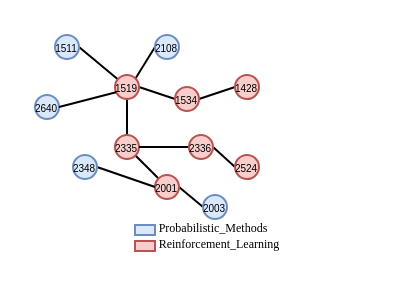
Earlier version of the draw.io diagram 案例分析.drawio (zbyuser/-). Source tidied: cells renumbered, new cells numbered last; positions are measured from the earlier drawing's top-left corner, leaving out a move shared by most shapes. Both pictures are drawn from the tidied source at 200%, with x=0, y=0 at pixel (34, 34).
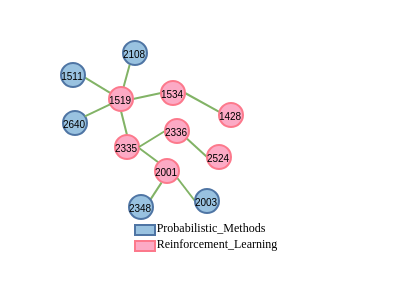
The same page after the edit.

Commit message:
更新案例分析.drawio

Diff of the diagram source:
```diff
@@
-    <mxCell id="2" style="edgeStyle=none;rounded=0;jettySize=auto;html=1;exitX=1;exitY=0.5;exitDx=0;exitDy=0;endArrow=none;startFill=0;" parent="1" edge="1" source="3" target="11">
+    <mxCell id="2" style="edgeStyle=none;rounded=0;jettySize=auto;html=1;exitX=1;exitY=0.611;exitDx=0;exitDy=0;endArrow=none;startFill=0;strokeColor=#82B366;exitPerimeter=0;" parent="1" edge="1" source="3" target="11">
       <mxGeometry relative="1" as="geometry" />
     </mxCell>
-    <mxCell id="3" value="1511" style="ellipse;whiteSpace=wrap;html=1;fillColor=#dae8fc;strokeColor=#6c8ebf;fontSize=5;" parent="1" vertex="1">
-      <mxGeometry x="10" width="12" height="12" as="geometry" />
+    <mxCell id="3" value="1511" style="ellipse;whiteSpace=wrap;html=1;fillColor=#99C2E0;strokeColor=#4F75A4;fontSize=5;" parent="1" vertex="1">
+      <mxGeometry x="13" y="14" width="12" height="12" as="geometry" />
     </mxCell>
-    <mxCell id="4" value="2640" style="ellipse;whiteSpace=wrap;html=1;fillColor=#dae8fc;strokeColor=#6c8ebf;fontSize=5;" parent="1" vertex="1">
-      <mxGeometry y="30" width="12" height="12" as="geometry" />
+    <mxCell id="4" value="2640" style="ellipse;whiteSpace=wrap;html=1;fillColor=#99C2E0;strokeColor=#4F75A4;fontSize=5;" parent="1" vertex="1">
+      <mxGeometry x="14" y="38" width="12" height="12" as="geometry" />
     </mxCell>
-    <mxCell id="5" style="edgeStyle=none;rounded=0;jettySize=auto;html=1;exitX=0;exitY=0.5;exitDx=0;exitDy=0;entryX=1;entryY=0;entryDx=0;entryDy=0;endArrow=none;startFill=0;" parent="1" edge="1" source="6" target="11">
+    <mxCell id="5" style="edgeStyle=none;rounded=0;jettySize=auto;html=1;exitX=0.281;exitY=0.978;exitDx=0;exitDy=0;entryX=0.591;entryY=0.067;entryDx=0;entryDy=0;endArrow=none;startFill=0;strokeColor=#82B366;entryPerimeter=0;exitPerimeter=0;" parent="1" edge="1" source="6" target="11">
       <mxGeometry relative="1" as="geometry" />
     </mxCell>
-    <mxCell id="6" value="2108" style="ellipse;whiteSpace=wrap;html=1;fillColor=#dae8fc;strokeColor=#6c8ebf;fontSize=5;" parent="1" vertex="1">
-      <mxGeometry x="60" width="12" height="12" as="geometry" />
+    <mxCell id="6" value="2108" style="ellipse;whiteSpace=wrap;html=1;fillColor=#99C2E0;strokeColor=#4F75A4;fontSize=5;" parent="1" vertex="1">
+      <mxGeometry x="44" y="3" width="12" height="12" as="geometry" />
     </mxCell>
-    <mxCell id="7" style="edgeStyle=none;rounded=0;jettySize=auto;html=1;exitX=0;exitY=0.5;exitDx=0;exitDy=0;entryX=1;entryY=0.5;entryDx=0;entryDy=0;endArrow=none;startFill=0;" parent="1" edge="1" source="9" target="11">
+    <mxCell id="7" style="edgeStyle=none;rounded=0;jettySize=auto;html=1;exitX=0;exitY=0.5;exitDx=0;exitDy=0;entryX=1;entryY=0.5;entryDx=0;entryDy=0;endArrow=none;startFill=0;strokeColor=#82B366;" parent="1" edge="1" source="9" target="11">
       <mxGeometry relative="1" as="geometry" />
     </mxCell>
-    <mxCell id="8" style="edgeStyle=none;rounded=0;jettySize=auto;html=1;exitX=1;exitY=0.5;exitDx=0;exitDy=0;entryX=0;entryY=0.5;entryDx=0;entryDy=0;endArrow=none;startFill=0;" parent="1" edge="1" source="9" target="27">
+    <mxCell id="8" style="edgeStyle=none;rounded=0;jettySize=auto;html=1;exitX=1;exitY=0.5;exitDx=0;exitDy=0;entryX=0.009;entryY=0.37;entryDx=0;entryDy=0;endArrow=none;startFill=0;strokeColor=#82B366;entryPerimeter=0;" parent="1" edge="1" source="9" target="27">
       <mxGeometry relative="1" as="geometry" />
     </mxCell>
-    <mxCell id="9" value="1534" style="ellipse;whiteSpace=wrap;html=1;fillColor=#f8cecc;strokeColor=#b85450;fontSize=5;" parent="1" vertex="1">
-      <mxGeometry x="70" y="26" width="12" height="12" as="geometry" />
+    <mxCell id="9" value="1534" style="ellipse;whiteSpace=wrap;html=1;fillColor=#FCAAC5;strokeColor=#FC798C;fontSize=5;" parent="1" vertex="1">
+      <mxGeometry x="63" y="23" width="12" height="12" as="geometry" />
     </mxCell>
-    <mxCell id="10" style="edgeStyle=none;rounded=0;jettySize=auto;html=1;exitX=0.5;exitY=1;exitDx=0;exitDy=0;entryX=0.5;entryY=0;entryDx=0;entryDy=0;endArrow=none;startFill=0;" parent="1" edge="1" source="11" target="13">
+    <mxCell id="10" style="edgeStyle=none;rounded=0;jettySize=auto;html=1;exitX=0.5;exitY=1;exitDx=0;exitDy=0;entryX=0.5;entryY=0;entryDx=0;entryDy=0;endArrow=none;startFill=0;strokeColor=#82B366;" parent="1" edge="1" source="11" target="13">
       <mxGeometry relative="1" as="geometry" />
     </mxCell>
-    <mxCell id="11" value="1519" style="ellipse;whiteSpace=wrap;html=1;fillColor=#f8cecc;strokeColor=#b85450;fontSize=5;" parent="1" vertex="1">
-      <mxGeometry x="40" y="20" width="12" height="12" as="geometry" />
+    <mxCell id="11" value="1519" style="ellipse;whiteSpace=wrap;html=1;fillColor=#FCAAC5;strokeColor=#FC798C;fontSize=5;" parent="1" vertex="1">
+      <mxGeometry x="37" y="26" width="12" height="12" as="geometry" />
     </mxCell>
-    <mxCell id="12" style="edgeStyle=none;rounded=0;jettySize=auto;html=1;exitX=1;exitY=1;exitDx=0;exitDy=0;entryX=0;entryY=0;entryDx=0;entryDy=0;endArrow=none;startFill=0;" parent="1" edge="1" source="13" target="19">
+    <mxCell id="12" style="edgeStyle=none;rounded=0;jettySize=auto;html=1;exitX=1.001;exitY=0.544;exitDx=0;exitDy=0;entryX=0;entryY=0;entryDx=0;entryDy=0;endArrow=none;startFill=0;strokeColor=#82B366;exitPerimeter=0;" parent="1" edge="1" source="13" target="19">
       <mxGeometry relative="1" as="geometry" />
     </mxCell>
-    <mxCell id="13" value="2335" style="ellipse;whiteSpace=wrap;html=1;fillColor=#f8cecc;strokeColor=#b85450;fontSize=5;" parent="1" vertex="1">
+    <mxCell id="13" value="2335" style="ellipse;whiteSpace=wrap;html=1;fillColor=#FCAAC5;strokeColor=#FC798C;fontSize=5;" parent="1" vertex="1">
       <mxGeometry x="40" y="50" width="12" height="12" as="geometry" />
     </mxCell>
-    <mxCell id="14" style="rounded=0;whiteSpace=wrap;html=1;fillColor=#dae8fc;strokeColor=#6c8ebf;fontSize=9;" parent="1" vertex="1">
+    <mxCell id="14" style="rounded=0;whiteSpace=wrap;html=1;fillColor=#99C2E0;strokeColor=#4F75A4;fontSize=9;" parent="1" vertex="1">
       <mxGeometry x="50" y="95" width="10" height="5" as="geometry" />
     </mxCell>
-    <mxCell id="15" style="rounded=0;whiteSpace=wrap;html=1;fillColor=#f8cecc;strokeColor=#b85450;" parent="1" vertex="1">
+    <mxCell id="15" style="rounded=0;whiteSpace=wrap;html=1;fillColor=#FCAAC5;strokeColor=#FC798C;" parent="1" vertex="1">
       <mxGeometry x="50" y="103" width="10" height="5" as="geometry" />
     </mxCell>
     <mxCell id="16" value="&lt;p style=&quot;line-height: 19px; white-space-collapse: preserve;&quot;&gt;&lt;span lang=&quot;EN-US&quot; style=&quot;font-weight: normal;&quot;&gt;&lt;font face=&quot;Times New Roman&quot;&gt;Probabilistic_Methods&lt;/font&gt;&lt;/span&gt;&lt;/p&gt;" style="text;strokeColor=none;fillColor=none;html=1;fontSize=6;fontStyle=1;verticalAlign=middle;align=center;strokeWidth=1;" parent="1" vertex="1">
-      <mxGeometry x="19" y="91.5" width="140" height="10" as="geometry" />
+      <mxGeometry x="59" y="91.5" width="58" height="10" as="geometry" />
     </mxCell>
     <mxCell id="17" value="&lt;div style=&quot;line-height: 19px; white-space-collapse: preserve;&quot;&gt;&lt;span lang=&quot;EN-US&quot; style=&quot;font-weight: normal;&quot;&gt;&lt;font face=&quot;Times New Roman&quot;&gt;Reinforcement_Learning&lt;/font&gt;&lt;/span&gt;&lt;/div&gt;" style="text;strokeColor=none;fillColor=none;html=1;fontSize=6;fontStyle=1;verticalAlign=middle;align=center;strokeWidth=1;" parent="1" vertex="1">
-      <mxGeometry x="22" y="100" width="140" height="10" as="geometry" />
+      <mxGeometry x="61" y="100" width="60" height="10" as="geometry" />
     </mxCell>
-    <mxCell id="18" style="edgeStyle=none;rounded=0;jettySize=auto;html=1;exitX=1;exitY=0.5;exitDx=0;exitDy=0;entryX=0;entryY=0.5;entryDx=0;entryDy=0;endArrow=none;startFill=0;" parent="1" edge="1" source="19" target="20">
+    <mxCell id="18" style="edgeStyle=none;rounded=0;jettySize=auto;html=1;exitX=0.914;exitY=0.771;exitDx=0;exitDy=0;entryX=0;entryY=0.5;entryDx=0;entryDy=0;endArrow=none;startFill=0;strokeColor=#82B366;exitPerimeter=0;" parent="1" edge="1" source="19" target="20">
       <mxGeometry relative="1" as="geometry" />
     </mxCell>
-    <mxCell id="19" value="2001" style="ellipse;whiteSpace=wrap;html=1;fillColor=#f8cecc;strokeColor=#b85450;fontSize=5;" parent="1" vertex="1">
-      <mxGeometry x="60" y="70" width="12" height="12" as="geometry" />
+    <mxCell id="19" value="2001" style="ellipse;whiteSpace=wrap;html=1;fillColor=#FCAAC5;strokeColor=#FC798C;fontSize=5;" parent="1" vertex="1">
+      <mxGeometry x="60" y="62" width="12" height="12" as="geometry" />
     </mxCell>
-    <mxCell id="20" value="2003" style="ellipse;whiteSpace=wrap;html=1;fillColor=#dae8fc;strokeColor=#6c8ebf;fontSize=5;" parent="1" vertex="1">
-      <mxGeometry x="84" y="80" width="12" height="12" as="geometry" />
+    <mxCell id="20" value="2003" style="ellipse;whiteSpace=wrap;html=1;fillColor=#99C2E0;strokeColor=#4F75A4;fontSize=5;" parent="1" vertex="1">
+      <mxGeometry x="80" y="77" width="12" height="12" as="geometry" />
     </mxCell>
-    <mxCell id="21" style="edgeStyle=none;rounded=0;jettySize=auto;html=1;exitX=1;exitY=0.5;exitDx=0;exitDy=0;endArrow=none;startFill=0;entryX=0;entryY=0.5;entryDx=0;entryDy=0;" parent="1" edge="1" source="22" target="19">
+    <mxCell id="21" style="edgeStyle=none;rounded=0;jettySize=auto;html=1;exitX=0.884;exitY=0.205;exitDx=0;exitDy=0;endArrow=none;startFill=0;entryX=0.271;entryY=0.985;entryDx=0;entryDy=0;strokeColor=#82B366;exitPerimeter=0;entryPerimeter=0;" parent="1" edge="1" source="22" target="19">
       <mxGeometry relative="1" as="geometry" />
     </mxCell>
-    <mxCell id="22" value="2348" style="ellipse;whiteSpace=wrap;html=1;fillColor=#dae8fc;strokeColor=#6c8ebf;fontSize=5;" parent="1" vertex="1">
-      <mxGeometry x="19" y="60" width="12" height="12" as="geometry" />
+    <mxCell id="22" value="2348" style="ellipse;whiteSpace=wrap;html=1;fillColor=#99C2E0;strokeColor=#4F75A4;fontSize=5;" parent="1" vertex="1">
+      <mxGeometry x="47" y="80" width="12" height="12" as="geometry" />
     </mxCell>
-    <mxCell id="23" style="edgeStyle=none;rounded=0;jettySize=auto;html=1;exitX=0;exitY=0.5;exitDx=0;exitDy=0;entryX=1;entryY=0.5;entryDx=0;entryDy=0;endArrow=none;startFill=0;" parent="1" edge="1" source="25" target="13">
+    <mxCell id="23" style="edgeStyle=none;rounded=0;jettySize=auto;html=1;exitX=0;exitY=0.5;exitDx=0;exitDy=0;entryX=1;entryY=0.5;entryDx=0;entryDy=0;endArrow=none;startFill=0;strokeColor=#82B366;" parent="1" edge="1" source="25" target="13">
       <mxGeometry relative="1" as="geometry" />
     </mxCell>
-    <mxCell id="24" style="edgeStyle=none;rounded=0;jettySize=auto;html=1;exitX=1;exitY=0.5;exitDx=0;exitDy=0;entryX=0;entryY=0.5;entryDx=0;entryDy=0;endArrow=none;startFill=0;" parent="1" edge="1" source="25" target="28">
+    <mxCell id="24" style="edgeStyle=none;rounded=0;jettySize=auto;html=1;exitX=0.895;exitY=0.799;exitDx=0;exitDy=0;entryX=0;entryY=0.5;entryDx=0;entryDy=0;endArrow=none;startFill=0;strokeColor=#82B366;exitPerimeter=0;" parent="1" edge="1" source="25" target="28">
       <mxGeometry relative="1" as="geometry" />
     </mxCell>
-    <mxCell id="25" value="2336" style="ellipse;whiteSpace=wrap;html=1;fillColor=#f8cecc;strokeColor=#b85450;fontSize=5;" parent="1" vertex="1">
-      <mxGeometry x="77" y="50" width="12" height="12" as="geometry" />
+    <mxCell id="25" value="2336" style="ellipse;whiteSpace=wrap;html=1;fillColor=#FCAAC5;strokeColor=#FC798C;fontSize=5;" parent="1" vertex="1">
+      <mxGeometry x="65" y="42" width="12" height="12" as="geometry" />
     </mxCell>
-    <mxCell id="26" style="edgeStyle=none;rounded=0;jettySize=auto;html=1;exitX=1;exitY=0.5;exitDx=0;exitDy=0;endArrow=none;startFill=0;entryX=0.046;entryY=0.722;entryDx=0;entryDy=0;entryPerimeter=0;" parent="1" edge="1" source="4" target="11">
+    <mxCell id="26" style="edgeStyle=none;rounded=0;jettySize=auto;html=1;exitX=0.909;exitY=0.223;exitDx=0;exitDy=0;endArrow=none;startFill=0;entryX=0.046;entryY=0.722;entryDx=0;entryDy=0;entryPerimeter=0;strokeColor=#82B366;exitPerimeter=0;" parent="1" edge="1" source="4" target="11">
       <mxGeometry relative="1" as="geometry" />
     </mxCell>
-    <mxCell id="27" value="1428" style="ellipse;whiteSpace=wrap;html=1;fillColor=#f8cecc;strokeColor=#b85450;fontSize=5;" parent="1" vertex="1">
-      <mxGeometry x="100" y="20" width="12" height="12" as="geometry" />
+    <mxCell id="27" value="1428" style="ellipse;whiteSpace=wrap;html=1;fillColor=#FCAAC5;strokeColor=#FC798C;fontSize=5;" parent="1" vertex="1">
+      <mxGeometry x="92" y="34" width="12" height="12" as="geometry" />
     </mxCell>
-    <mxCell id="28" value="2524" style="ellipse;whiteSpace=wrap;html=1;fillColor=#f8cecc;strokeColor=#b85450;fontSize=5;" parent="1" vertex="1">
-      <mxGeometry x="100" y="60" width="12" height="12" as="geometry" />
+    <mxCell id="28" value="2524" style="ellipse;whiteSpace=wrap;html=1;fillColor=#FCAAC5;strokeColor=#FC798C;fontSize=5;" parent="1" vertex="1">
+      <mxGeometry x="86" y="55" width="12" height="12" as="geometry" />
     </mxCell>
```
